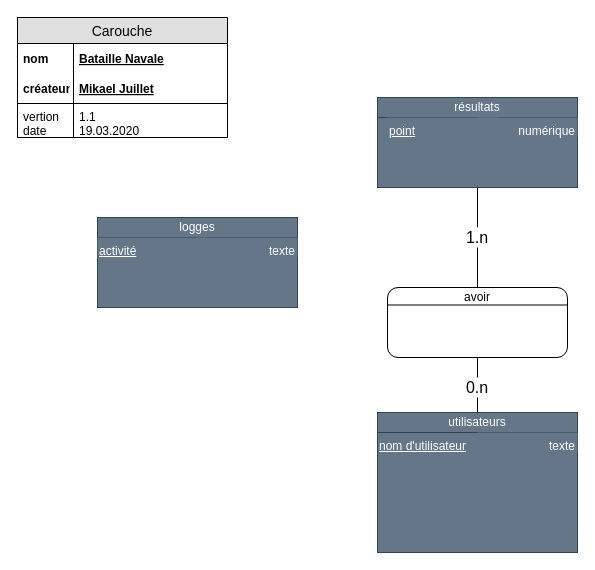
Above: doc/MCD/Bataille-Navale_Mikael.Juillet.drawio in Juillet-Meline/Bataille-Navale (draw.io), before the change. Source tidied: cells renumbered, new cells numbered last; positions are measured from the earlier drawing's top-left corner, leaving out a move shared by most shapes. Both pictures are drawn from the tidied source at 100%, with x=0, y=0 at pixel (17, 17).
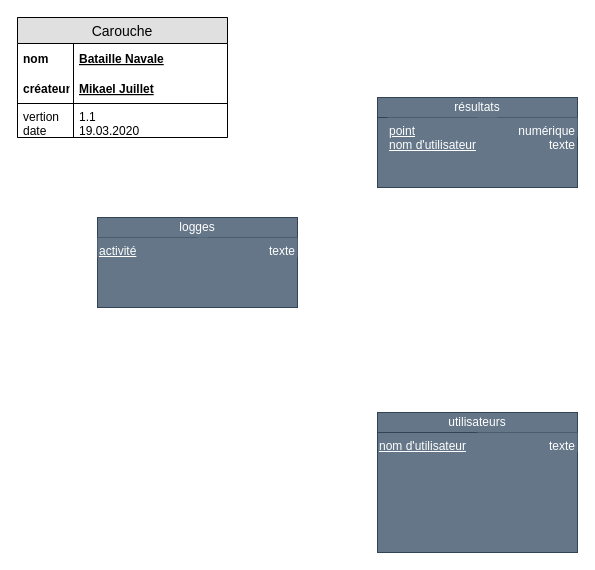
After the change.

Unchanged cells that the change refers to:
```xml
<mxCell id="8" value="utilisateurs" style="rounded=0;whiteSpace=wrap;html=1;fillColor=#647687;strokeColor=#314354;fontColor=#ffffff;" parent="6" vertex="1">
  <mxGeometry width="200" height="20" as="geometry" />
</mxCell>
<mxCell id="11" style="group;fillColor=#647687;strokeColor=none;fontColor=#ffffff;" parent="1" vertex="1">
  <mxGeometry x="360" y="80" width="200" height="90" as="geometry" />
</mxCell>
<mxCell id="12" value="&lt;div style=&quot;box-sizing: border-box ; width: 100% ; padding: 2px&quot;&gt;&lt;br&gt;&lt;/div&gt;" style="verticalAlign=top;align=center;overflow=fill;html=1;rounded=0;shadow=0;comic=0;labelBackgroundColor=none;strokeColor=#314354;strokeWidth=1;fillColor=#647687;fontFamily=Verdana;fontSize=12;fontColor=#ffffff;" parent="11" vertex="1">
  <mxGeometry width="200" height="90" as="geometry" />
</mxCell>
```

What changed in the source:
```diff
@@
-    <mxCell id="2" style="group;" parent="1" vertex="1">
-      <mxGeometry x="370" y="270" width="180" height="70" as="geometry" />
-    </mxCell>
-    <mxCell id="3" value="&lt;div style=&quot;box-sizing: border-box ; width: 100% ; padding: 2px&quot;&gt;&lt;br&gt;&lt;/div&gt;" style="verticalAlign=top;align=center;overflow=fill;html=1;rounded=1;shadow=0;comic=0;labelBackgroundColor=none;strokeColor=#000000;strokeWidth=1;fillColor=#ffffff;fontFamily=Verdana;fontSize=12;fontColor=#000000;" parent="2" vertex="1">
-      <mxGeometry width="180" height="70" as="geometry" />
-    </mxCell>
-    <mxCell id="4" style="endArrow=none;html=1;entryX=1;entryY=0.25;entryDx=0;entryDy=0;exitX=0;exitY=0.25;exitDx=0;exitDy=0;" parent="2" edge="1" source="3" target="3">
-      <mxGeometry relative="1" as="geometry" />
-    </mxCell>
-    <mxCell id="5" value="avoir" style="text;html=1;strokeColor=none;fillColor=none;align=center;verticalAlign=middle;whiteSpace=wrap;rounded=0;" parent="2" vertex="1">
-      <mxGeometry x="30" width="120" height="20" as="geometry" />
-    </mxCell>
@@
-    <mxCell id="14" value="&lt;u&gt;point&lt;/u&gt;" style="text;html=1;strokeColor=none;fillColor=#647687;align=left;verticalAlign=top;whiteSpace=wrap;rounded=0;fontColor=#ffffff;" parent="11" vertex="1">
+    <mxCell id="14" value="&lt;u&gt;point&lt;br&gt;nom d'utilisateur&lt;br&gt;&lt;/u&gt;" style="text;html=1;strokeColor=none;fillColor=#647687;align=left;verticalAlign=top;whiteSpace=wrap;rounded=0;fontColor=#ffffff;" parent="11" vertex="1">
       <mxGeometry x="10" y="20" width="110" height="20" as="geometry" />
     </mxCell>
-    <mxCell id="15" value="numérique" style="text;html=1;strokeColor=none;fillColor=#647687;align=right;verticalAlign=top;whiteSpace=wrap;rounded=0;fontColor=#ffffff;" parent="11" vertex="1">
+    <mxCell id="15" value="numérique&lt;br&gt;texte" style="text;html=1;strokeColor=none;fillColor=#647687;align=right;verticalAlign=top;whiteSpace=wrap;rounded=0;fontColor=#ffffff;" parent="11" vertex="1">
       <mxGeometry x="100" y="20" width="100" height="20" as="geometry" />
     </mxCell>
@@
-    <mxCell id="24" style="endArrow=none;html=1;exitX=0.5;exitY=0;exitDx=0;exitDy=0;entryX=0.5;entryY=1;entryDx=0;entryDy=0;" parent="1" edge="1" source="8" target="3">
-      <mxGeometry relative="1" as="geometry" />
-    </mxCell>
-    <mxCell id="25" style="endArrow=none;html=1;exitX=0.5;exitY=0;exitDx=0;exitDy=0;entryX=0.5;entryY=1;entryDx=0;entryDy=0;" parent="1" edge="1" source="26" target="12">
-      <mxGeometry relative="1" as="geometry" />
-    </mxCell>
-    <mxCell id="26" value="&lt;span style=&quot;font-size: 16px&quot;&gt;1.n&lt;/span&gt;" style="text;html=1;align=center;verticalAlign=middle;whiteSpace=wrap;rounded=0;fillColor=#FFFFFF;" parent="1" vertex="1">
-      <mxGeometry x="440" y="210" width="40" height="20" as="geometry" />
-    </mxCell>
-    <mxCell id="27" style="endArrow=none;html=1;exitX=0.5;exitY=0;exitDx=0;exitDy=0;entryX=0.5;entryY=1;entryDx=0;entryDy=0;" parent="1" edge="1" source="5" target="26">
-      <mxGeometry relative="1" as="geometry" />
-    </mxCell>
-    <mxCell id="28" value="&lt;span style=&quot;font-size: 16px&quot;&gt;0.n&lt;/span&gt;" style="text;html=1;align=center;verticalAlign=middle;whiteSpace=wrap;rounded=0;fillColor=#FFFFFF;" parent="1" vertex="1">
-      <mxGeometry x="440" y="360" width="40" height="20" as="geometry" />
-    </mxCell>
```
